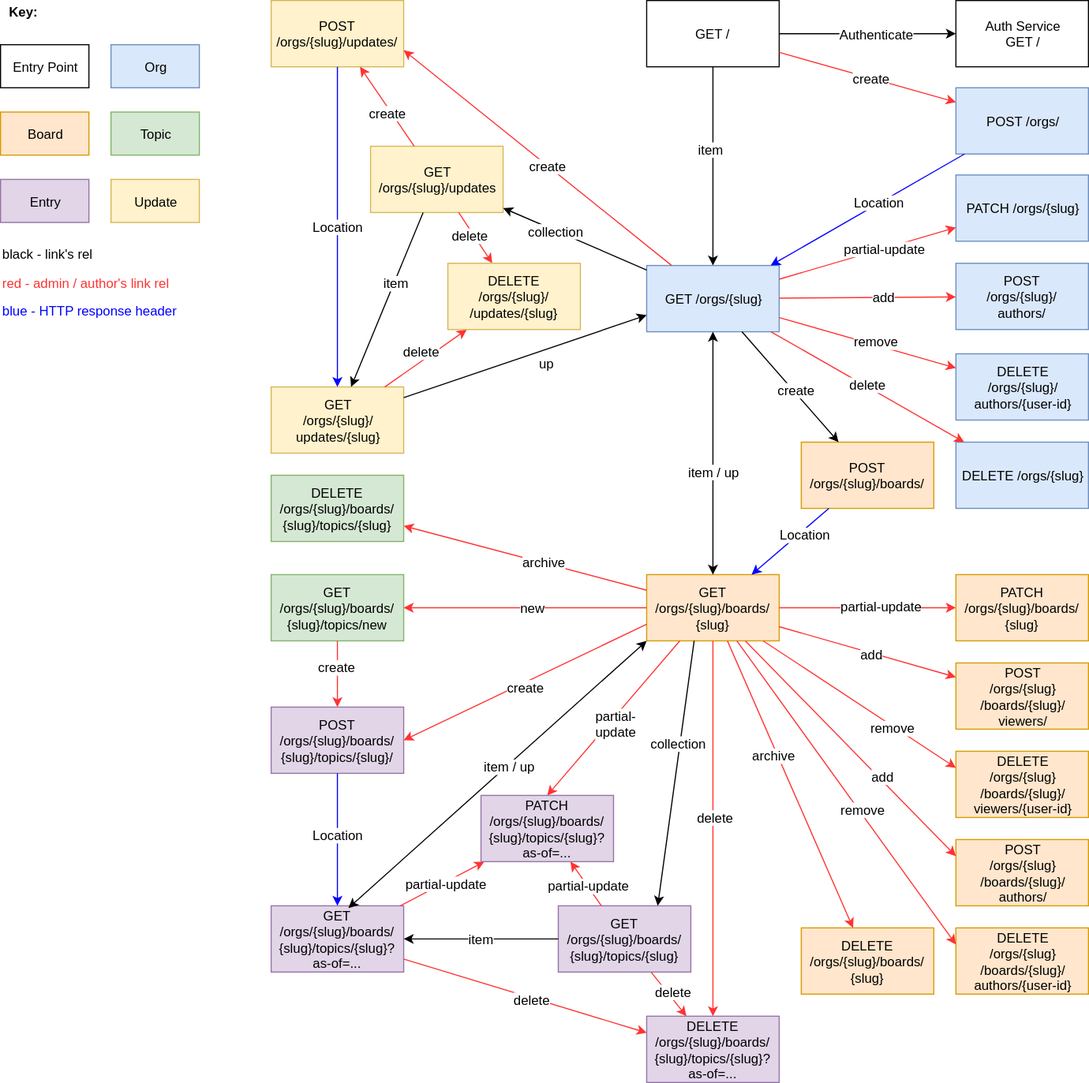
open-company/open-company-storage keeps this draw.io diagram as docs/OC-Storage-REST-API.svg. Above is the earlier version. Source tidied: cells renumbered, new cells last; positions are measured from the earlier drawing's top-left corner, leaving out a move shared by most shapes.
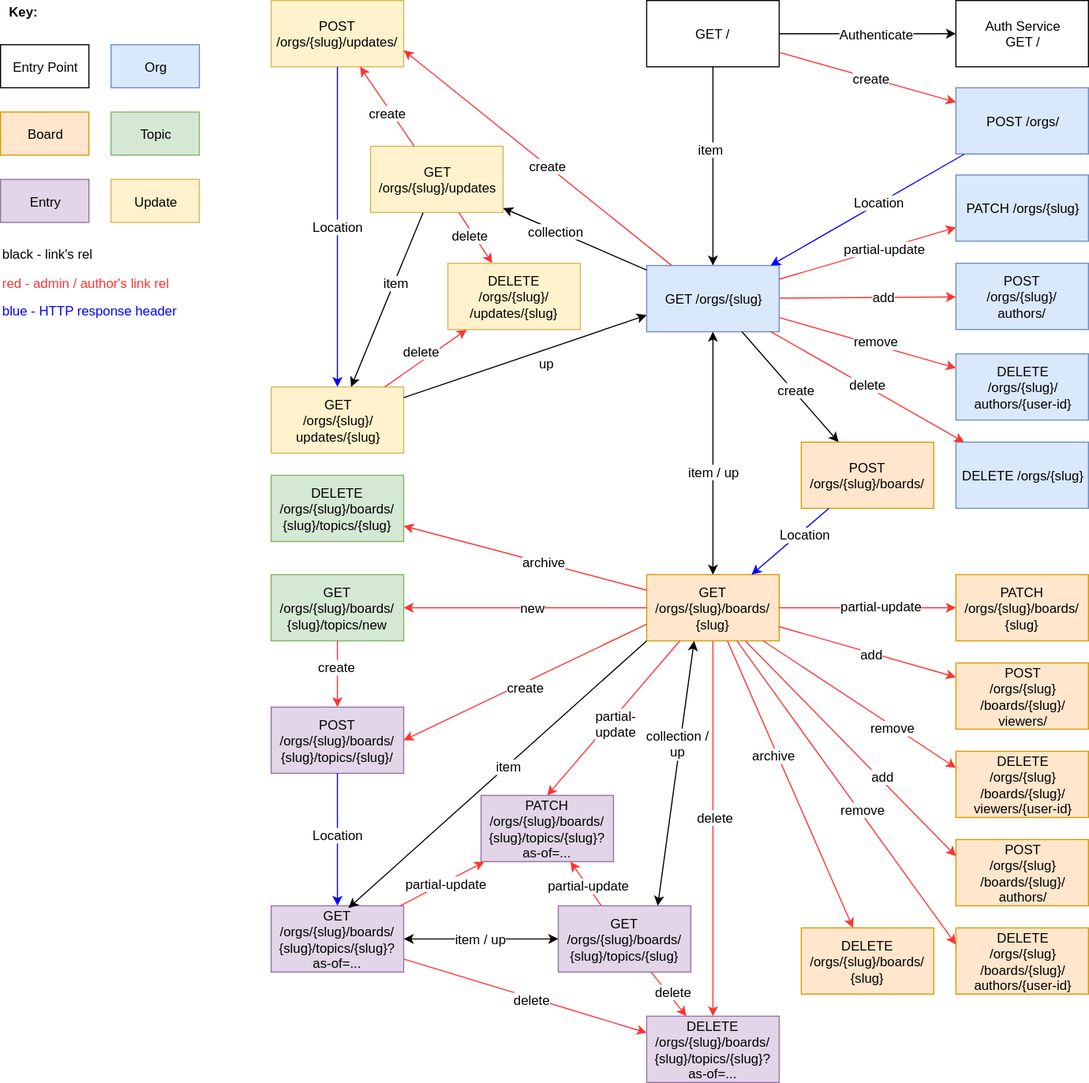
After the commit.

Diff of the diagram source:
```diff
@@ -138,7 +138,7 @@
     <mxCell id="45" value="&lt;span&gt;GET /orgs/{slug}/boards/&lt;/span&gt;&lt;div&gt;{slug}/topics/{slug}&lt;/div&gt;" style="whiteSpace=wrap;html=1;fontSize=12;fontColor=#000000;fillColor=#e1d5e7;strokeColor=#9673a6;" parent="1" vertex="1">
       <mxGeometry x="505" y="820" width="120" height="60" as="geometry" />
     </mxCell>
-    <mxCell id="46" value="item" style="endArrow=classic;html=1;strokeColor=#000000;fontSize=12;fontColor=#000000;exitX=0;exitY=0.5;" parent="1" edge="1" source="45" target="44">
+    <mxCell id="46" value="item / up" style="endArrow=classic;html=1;strokeColor=#000000;fontSize=12;fontColor=#000000;exitX=0;exitY=0.5;startArrow=classic;startFill=1;" parent="1" edge="1" source="45" target="44">
       <mxGeometry relative="1" as="geometry" />
     </mxCell>
     <mxCell id="47" style="endArrow=classic;html=1;strokeColor=#FF3333;fontSize=12;fontColor=#000000;" parent="1" edge="1" source="38" target="75">
@@ -164,10 +164,10 @@
     <mxCell id="53" value="delete" style="text;html=1;align=center;verticalAlign=middle;labelBackgroundColor=#ffffff;fontSize=12;fontColor=#000000;" parent="52" vertex="1">
       <mxGeometry x="0.06" y="-1" relative="1" as="geometry" />
     </mxCell>
-    <mxCell id="54" style="endArrow=classic;startArrow=classic;html=1;strokeColor=#000000;fontSize=12;fontColor=#000000;entryX=0;entryY=1;entryPerimeter=0;exitX=0.583;exitY=0.033;exitPerimeter=0;" parent="1" edge="1" source="44" target="30">
+    <mxCell id="54" style="endArrow=none;startArrow=classic;html=1;strokeColor=#000000;fontSize=12;fontColor=#000000;entryX=0;entryY=1;entryPerimeter=0;exitX=0.583;exitY=0.033;exitPerimeter=0;startFill=1;endFill=0;" parent="1" edge="1" source="44" target="30">
       <mxGeometry relative="1" as="geometry" />
     </mxCell>
-    <mxCell id="55" value="item / up" style="text;html=1;align=center;verticalAlign=middle;labelBackgroundColor=#ffffff;fontSize=12;fontColor=#000000;" parent="54" vertex="1">
+    <mxCell id="55" value="item" style="text;html=1;align=center;verticalAlign=middle;labelBackgroundColor=#ffffff;fontSize=12;fontColor=#000000;" parent="54" vertex="1">
       <mxGeometry x="0.07" y="-1" relative="1" as="geometry" />
     </mxCell>
     <mxCell id="56" style="endArrow=classic;html=1;strokeColor=#FF3333;fontSize=12;fontColor=#000000;entryX=0.5;entryY=0;exitX=0.25;exitY=1;" parent="1" edge="1" source="30" target="84">
@@ -275,10 +275,10 @@
     <mxCell id="84" value="PATCH&lt;div&gt;/orgs/{slug}/boards/&lt;div&gt;{slug}/topics/{slug}?as-of=...&lt;/div&gt;&lt;/div&gt;" style="whiteSpace=wrap;html=1;fontSize=12;fontColor=#000000;fillColor=#e1d5e7;strokeColor=#9673a6;" parent="1" vertex="1">
       <mxGeometry x="435" y="720" width="120" height="60" as="geometry" />
     </mxCell>
-    <mxCell id="85" style="endArrow=classic;html=1;strokeColor=#000000;fontSize=12;fontColor=#000000;exitX=0.358;exitY=1;exitPerimeter=0;entryX=0.75;entryY=0;" parent="1" edge="1" source="30" target="45">
+    <mxCell id="85" style="endArrow=classic;html=1;strokeColor=#000000;fontSize=12;fontColor=#000000;exitX=0.358;exitY=1;exitPerimeter=0;entryX=0.75;entryY=0;startArrow=classic;startFill=1;" parent="1" edge="1" source="30" target="45">
       <mxGeometry relative="1" as="geometry" />
     </mxCell>
-    <mxCell id="86" value="collection" style="text;html=1;align=center;verticalAlign=middle;labelBackgroundColor=#ffffff;fontSize=12;fontColor=#000000;" parent="85" vertex="1">
+    <mxCell id="86" value="collection /&lt;div&gt;up&lt;/div&gt;" style="text;html=1;align=center;verticalAlign=middle;labelBackgroundColor=#ffffff;fontSize=12;fontColor=#000000;" parent="85" vertex="1">
       <mxGeometry x="-0.23" y="-2" relative="1" as="geometry" />
     </mxCell>
     <mxCell id="87" value="&lt;font color=&quot;#000000&quot;&gt;POST&lt;/font&gt;&lt;div&gt;&lt;font color=&quot;#000000&quot;&gt;/orgs/{slug}/&lt;/font&gt;&lt;div&gt;&lt;font color=&quot;#000000&quot;&gt;authors/&lt;/font&gt;&lt;/div&gt;&lt;/div&gt;" style="whiteSpace=wrap;html=1;fontSize=12;fontColor=#FF3333;fillColor=#dae8fc;strokeColor=#6c8ebf;" parent="1" vertex="1">
```
